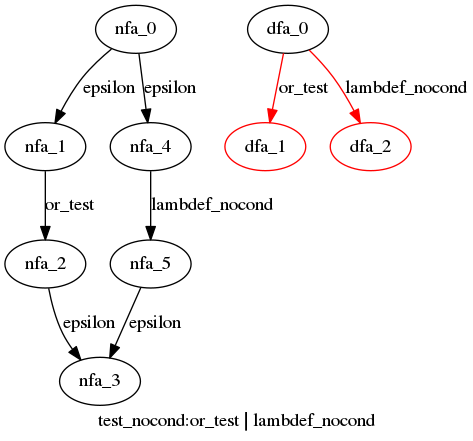
Earlier version of the Graphviz export cpython/grammar/handwrite/nfa_dfas/51.test_nocond.dot.png (WinChua/blog). Its source is kept beside it as cpython/grammar/handwrite/nfa_dfas/51.test_nocond.dot.
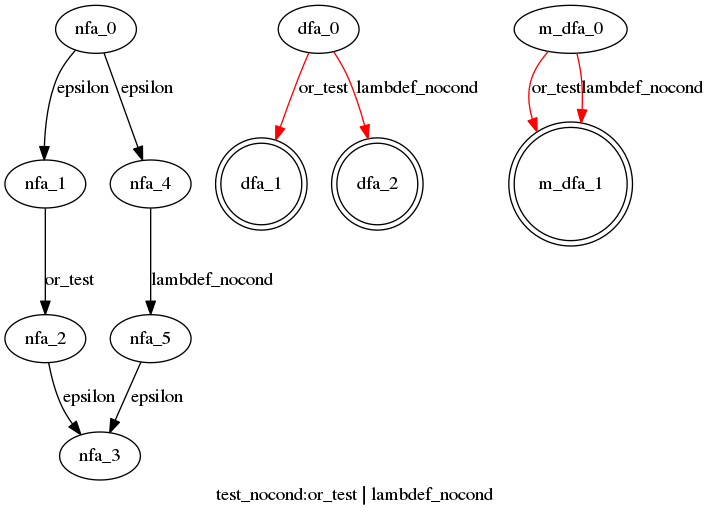
After the commit.

Diff of the diagram source:
```diff
@@ -11,7 +11,12 @@
  subgraph test_nocond_dfa {
   dfa_0->dfa_1[label="or_test",color=red]
   dfa_0->dfa_2[label="lambdef_nocond",color=red]
-  dfa_1[color=red]
-  dfa_2[color=red]
+  dfa_1[shape=doublecircle]
+  dfa_2[shape=doublecircle]
+  }
+ subgraph test_nocond_m_dfa {
+  m_dfa_0->m_dfa_1[label="or_test",color=red]
+  m_dfa_0->m_dfa_1[label="lambdef_nocond",color=red]
+  m_dfa_1[shape=doublecircle]
   }
 }
```
